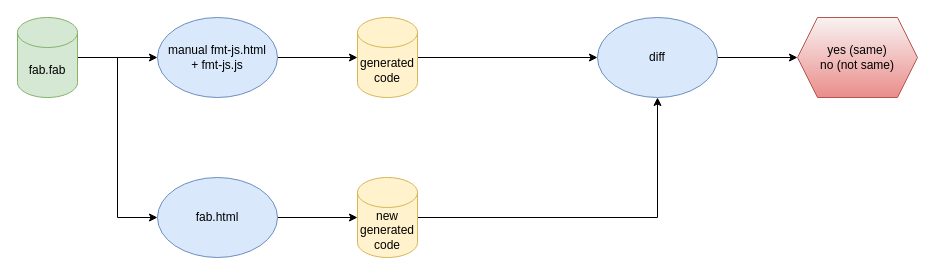
This is page "early regression" (2 of 2) of little languages/fab-regression-test.drawio from guitarvydas/fabricate, a draw.io file, before an edit. Source tidied: cells renumbered, new cells numbered last; positions are measured from the earlier drawing's top-left corner, leaving out a move shared by most shapes. Both pictures are drawn from the tidied source at 100%, with x=0, y=0 at pixel (17, 17).
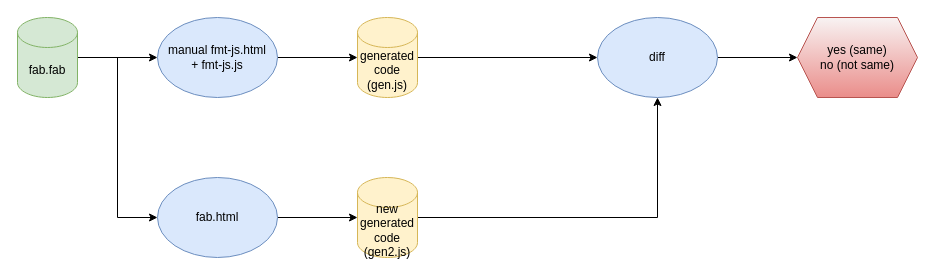
The same diagram, later.

Diff of the diagram source:
```diff
@@
 <mxGraphModel>
   <root>
     <mxCell id="0" />
     <mxCell id="1" parent="0" />
     <mxCell id="2" style="edgeStyle=orthogonalEdgeStyle;rounded=0;jettySize=auto;html=1;exitX=1;exitY=0.5;exitDx=0;exitDy=0;exitPerimeter=0;entryX=0;entryY=0.5;entryDx=0;entryDy=0;" parent="1" edge="1" source="4" target="6">
       <mxGeometry relative="1" as="geometry" />
     </mxCell>
     <mxCell id="3" style="edgeStyle=orthogonalEdgeStyle;rounded=0;jettySize=auto;html=1;exitX=1;exitY=0.5;exitDx=0;exitDy=0;exitPerimeter=0;entryX=0;entryY=0.5;entryDx=0;entryDy=0;" parent="1" edge="1" source="4" target="10">
       <mxGeometry relative="1" as="geometry">
         <Array as="points">
           <mxPoint x="100" y="40" />
           <mxPoint x="100" y="200" />
         </Array>
       </mxGeometry>
     </mxCell>
     <mxCell id="4" value="fab.fab" style="shape=cylinder3;whiteSpace=wrap;html=1;boundedLbl=1;backgroundOutline=1;size=15;fillColor=#d5e8d4;strokeColor=#82b366;" parent="1" vertex="1">
       <mxGeometry width="60" height="80" as="geometry" />
     </mxCell>
     <mxCell id="5" style="edgeStyle=orthogonalEdgeStyle;rounded=0;jettySize=auto;html=1;exitX=1;exitY=0.5;exitDx=0;exitDy=0;entryX=0;entryY=0.5;entryDx=0;entryDy=0;entryPerimeter=0;" parent="1" edge="1" source="6" target="8">
       <mxGeometry relative="1" as="geometry" />
     </mxCell>
     <mxCell id="6" value="manual fmt-js.html&lt;br&gt;+ fmt-js.js" style="ellipse;whiteSpace=wrap;html=1;fillColor=#dae8fc;strokeColor=#6c8ebf;" parent="1" vertex="1">
       <mxGeometry x="140" width="120" height="80" as="geometry" />
     </mxCell>
     <mxCell id="7" style="edgeStyle=orthogonalEdgeStyle;rounded=0;jettySize=auto;html=1;exitX=1;exitY=0.5;exitDx=0;exitDy=0;exitPerimeter=0;" parent="1" edge="1" source="8" target="14">
       <mxGeometry relative="1" as="geometry" />
     </mxCell>
-    <mxCell id="8" value="generated code" style="shape=cylinder3;whiteSpace=wrap;html=1;boundedLbl=1;backgroundOutline=1;size=15;fillColor=#fff2cc;strokeColor=#d6b656;" parent="1" vertex="1">
+    <mxCell id="8" value="generated code&lt;br&gt;(gen.js)" style="shape=cylinder3;whiteSpace=wrap;html=1;boundedLbl=1;backgroundOutline=1;size=15;fillColor=#fff2cc;strokeColor=#d6b656;" parent="1" vertex="1">
       <mxGeometry x="340" width="60" height="80" as="geometry" />
     </mxCell>
     <mxCell id="9" style="edgeStyle=orthogonalEdgeStyle;rounded=0;jettySize=auto;html=1;exitX=1;exitY=0.5;exitDx=0;exitDy=0;entryX=0;entryY=0.5;entryDx=0;entryDy=0;entryPerimeter=0;" parent="1" edge="1" source="10" target="12">
       <mxGeometry relative="1" as="geometry" />
     </mxCell>
     <mxCell id="10" value="fab.html" style="ellipse;whiteSpace=wrap;html=1;fillColor=#dae8fc;strokeColor=#6c8ebf;" parent="1" vertex="1">
       <mxGeometry x="140" y="160" width="120" height="80" as="geometry" />
     </mxCell>
     <mxCell id="11" style="edgeStyle=orthogonalEdgeStyle;rounded=0;jettySize=auto;html=1;exitX=1;exitY=0.5;exitDx=0;exitDy=0;exitPerimeter=0;entryX=0.5;entryY=1;entryDx=0;entryDy=0;" parent="1" edge="1" source="12" target="14">
       <mxGeometry relative="1" as="geometry" />
     </mxCell>
-    <mxCell id="12" value="new generated code" style="shape=cylinder3;whiteSpace=wrap;html=1;boundedLbl=1;backgroundOutline=1;size=15;fillColor=#fff2cc;strokeColor=#d6b656;" parent="1" vertex="1">
+    <mxCell id="12" value="new generated code&lt;br&gt;(gen2.js)" style="shape=cylinder3;whiteSpace=wrap;html=1;boundedLbl=1;backgroundOutline=1;size=15;fillColor=#fff2cc;strokeColor=#d6b656;" parent="1" vertex="1">
       <mxGeometry x="340" y="160" width="60" height="80" as="geometry" />
     </mxCell>
     <mxCell id="13" style="edgeStyle=orthogonalEdgeStyle;rounded=0;jettySize=auto;html=1;exitX=1;exitY=0.5;exitDx=0;exitDy=0;" parent="1" edge="1" source="14" target="15">
       <mxGeometry relative="1" as="geometry" />
     </mxCell>
     <mxCell id="14" value="diff" style="ellipse;whiteSpace=wrap;html=1;fillColor=#dae8fc;strokeColor=#6c8ebf;" parent="1" vertex="1">
       <mxGeometry x="580" width="120" height="80" as="geometry" />
     </mxCell>
     <mxCell id="15" value="yes (same)&lt;br&gt;no (not same)" style="shape=hexagon;perimeter=hexagonPerimeter2;whiteSpace=wrap;html=1;fixedSize=1;strokeColor=#b85450;gradientColor=#EA8D8A;fillColor=#F8F3F3;" parent="1" vertex="1">
       <mxGeometry x="780" width="120" height="80" as="geometry" />
     </mxCell>
   </root>
 </mxGraphModel>
```
